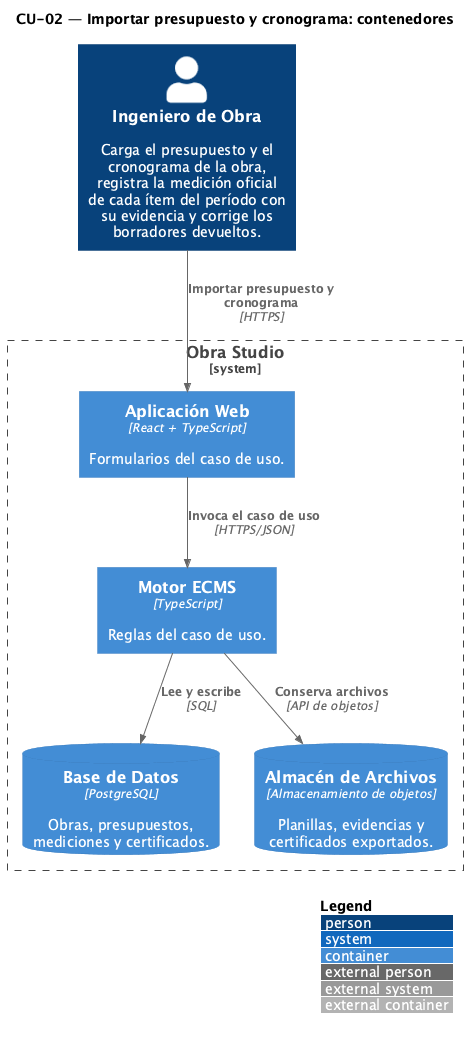
The PlantUML diagram modelo/out/c4/C4-CU02-contenedores.png in Ssrrb/TPF-teoria, before a commit.
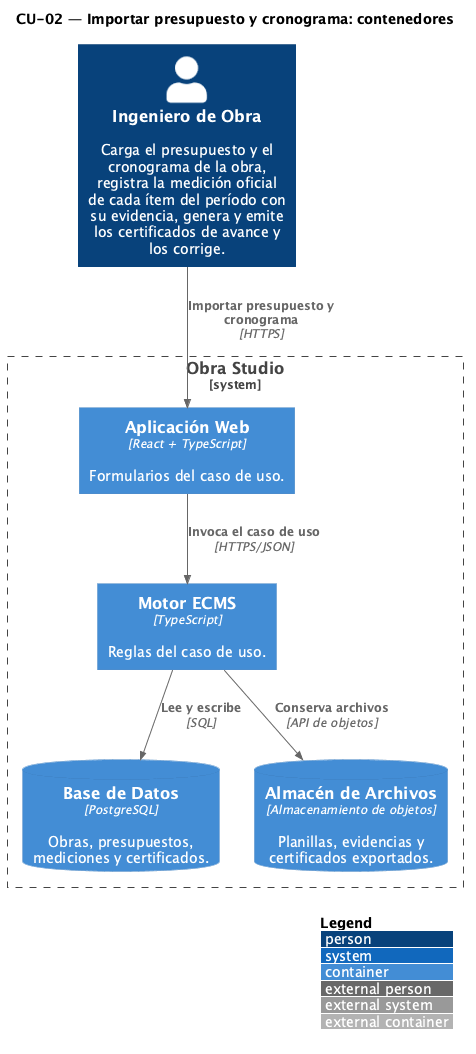
Above is the later version.

What changed in the source:
```diff
@@ -3,7 +3,7 @@
 LAYOUT_WITH_LEGEND()
 title CU-02 — Importar presupuesto y cronograma: contenedores
 
-Person(ING, "Ingeniero de Obra", "Carga el presupuesto y el cronograma de la obra, registra la medición oficial de cada ítem del período con su evidencia y corrige los borradores devueltos.")
+Person(ING, "Ingeniero de Obra", "Carga el presupuesto y el cronograma de la obra, registra la medición oficial de cada ítem del período con su evidencia, genera y emite los certificados de avance y los corrige.")
 System_Boundary(obra, "Obra Studio") {
   Container(web, "Aplicación Web", "React + TypeScript", "Formularios del caso de uso.")
   Container(ecms, "Motor ECMS", "TypeScript", "Reglas del caso de uso.")
```
